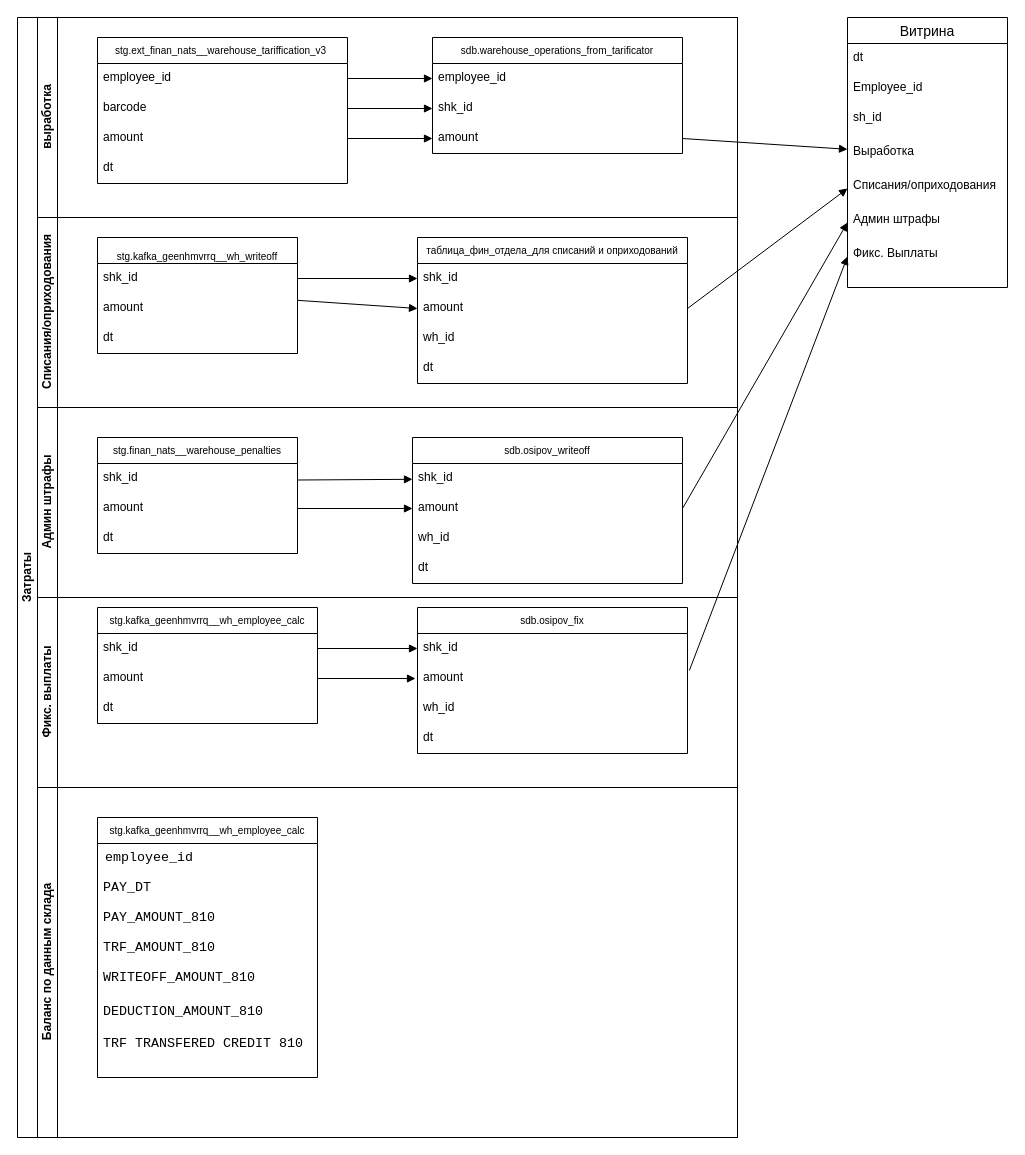
Above: Потоки данных для витрины баланса.drawio in AntonKoltsov85/Schemes (draw.io), before the change. Source tidied: cells renumbered, new cells numbered last; positions are measured from the earlier drawing's top-left corner, leaving out a move shared by most shapes. Both pictures are drawn from the tidied source at 100%, with x=0, y=0 at pixel (17, 17).
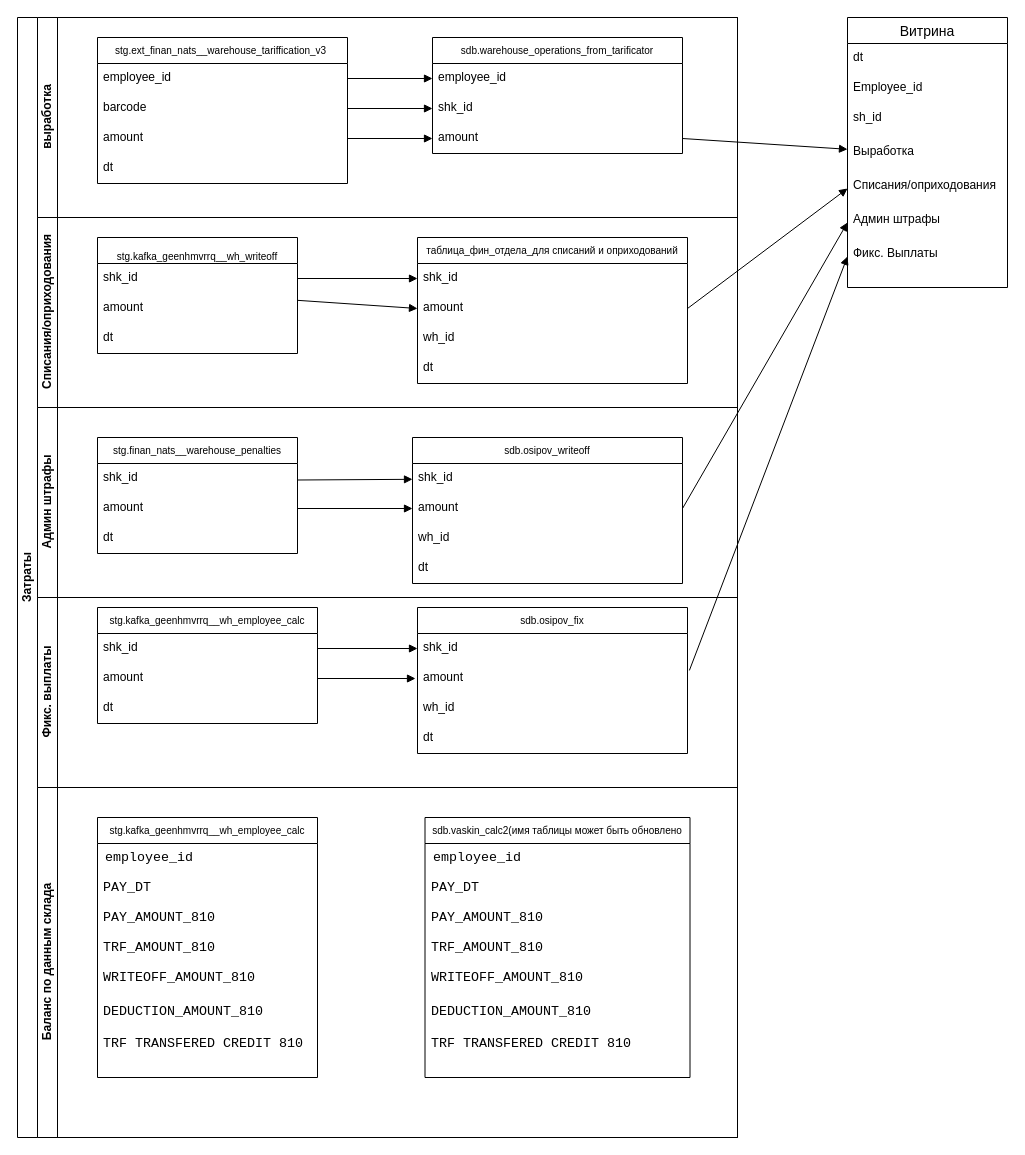
The same diagram, later.

The change refers to these unchanged cells:
```xml
<mxCell id="41" value="Баланс по данным склада" style="swimlane;html=1;startSize=20;horizontal=0;" parent="2" vertex="1">
  <mxGeometry x="20" y="770" width="700" height="350" as="geometry" />
</mxCell>
```

Change to the diagram source:
```diff
@@
+    <mxCell id="76" value="sdb.vaskin_calc2(имя таблицы может быть обновлено" style="swimlane;fontStyle=0;horizontal=1;startSize=26;align=center;fontSize=10;" parent="41" vertex="1">
+      <mxGeometry x="387.5" y="30" width="265" height="260" as="geometry" />
+    </mxCell>
+    <mxCell id="77" value="&lt;div style=&quot;background-color:#ffffff;padding:0px 0px 0px 2px;&quot;&gt;&lt;div style=&quot;font-family: Consolas; font-size: 10pt; white-space: pre;&quot;&gt;&lt;p style=&quot;margin:0;&quot;&gt;employee_id &lt;/p&gt;&lt;p style=&quot;margin:0;&quot;&gt;&lt;br&gt;&lt;/p&gt;&lt;/div&gt;&lt;/div&gt;" style="text;strokeColor=none;fillColor=none;spacingLeft=4;spacingRight=4;overflow=hidden;fontSize=12;whiteSpace=wrap;html=1;" parent="76" vertex="1">
+      <mxGeometry y="26" width="265" height="30" as="geometry" />
+    </mxCell>
+    <mxCell id="78" value="&lt;span style=&quot;font-family: Consolas; font-size: 13.3333px; white-space: pre; background-color: rgb(255, 255, 255);&quot;&gt;PAY_DT&lt;/span&gt;" style="text;strokeColor=none;fillColor=none;spacingLeft=4;spacingRight=4;overflow=hidden;fontSize=12;whiteSpace=wrap;html=1;" parent="76" vertex="1">
+      <mxGeometry y="56" width="265" height="30" as="geometry" />
+    </mxCell>
+    <mxCell id="79" value="&lt;span style=&quot;font-family: Consolas; font-size: 13.3333px; white-space: pre; background-color: rgb(255, 255, 255);&quot;&gt;PAY_AMOUNT_810&lt;/span&gt;" style="text;strokeColor=none;fillColor=none;spacingLeft=4;spacingRight=4;overflow=hidden;fontSize=12;whiteSpace=wrap;html=1;" parent="76" vertex="1">
+      <mxGeometry y="86" width="265" height="30" as="geometry" />
+    </mxCell>
+    <mxCell id="80" value="&lt;span style=&quot;font-family: Consolas; font-size: 13.3333px; white-space: pre; background-color: rgb(255, 255, 255);&quot;&gt;TRF_AMOUNT_810&lt;/span&gt;" style="text;strokeColor=none;fillColor=none;spacingLeft=4;spacingRight=4;overflow=hidden;fontSize=12;whiteSpace=wrap;html=1;" parent="76" vertex="1">
+      <mxGeometry y="116" width="265" height="30" as="geometry" />
+    </mxCell>
+    <mxCell id="81" value="&lt;span style=&quot;color: rgb(0, 0, 0); font-family: Consolas; font-size: 13.3333px; font-style: normal; font-variant-ligatures: normal; font-variant-caps: normal; font-weight: 400; letter-spacing: normal; orphans: 2; text-align: left; text-indent: 0px; text-transform: none; widows: 2; word-spacing: 0px; -webkit-text-stroke-width: 0px; white-space: pre; background-color: rgb(255, 255, 255); text-decoration-thickness: initial; text-decoration-style: initial; text-decoration-color: initial; display: inline !important; float: none;&quot;&gt;WRITEOFF_AMOUNT_810&lt;/span&gt;" style="text;strokeColor=none;fillColor=none;spacingLeft=4;spacingRight=4;overflow=hidden;fontSize=12;whiteSpace=wrap;html=1;" parent="76" vertex="1">
+      <mxGeometry y="146" width="265" height="34" as="geometry" />
+    </mxCell>
+    <mxCell id="82" value="&lt;span style=&quot;font-family: Consolas; font-size: 13.3333px; white-space: pre; background-color: rgb(255, 255, 255);&quot;&gt;DEDUCTION_AMOUNT_810&lt;/span&gt;" style="text;strokeColor=none;fillColor=none;spacingLeft=4;spacingRight=4;overflow=hidden;fontSize=12;whiteSpace=wrap;html=1;" parent="76" vertex="1">
+      <mxGeometry y="180" width="265" height="32" as="geometry" />
+    </mxCell>
+    <mxCell id="83" value="&lt;span style=&quot;font-family: Consolas; font-size: 13.3333px; white-space: pre; background-color: rgb(255, 255, 255);&quot;&gt;TRF_TRANSFERED_CREDIT_810&lt;/span&gt;" style="text;strokeColor=none;fillColor=none;spacingLeft=4;spacingRight=4;overflow=hidden;fontSize=12;whiteSpace=wrap;html=1;" parent="76" vertex="1">
+      <mxGeometry y="212" width="265" height="16" as="geometry" />
+    </mxCell>
+    <mxCell id="84" style="text;strokeColor=none;fillColor=none;spacingLeft=4;spacingRight=4;overflow=hidden;fontSize=12;whiteSpace=wrap;html=1;" parent="76" vertex="1">
+      <mxGeometry y="228" width="265" height="16" as="geometry" />
+    </mxCell>
+    <mxCell id="85" style="text;strokeColor=none;fillColor=none;spacingLeft=4;spacingRight=4;overflow=hidden;fontSize=12;whiteSpace=wrap;html=1;" parent="76" vertex="1">
+      <mxGeometry y="244" width="265" height="16" as="geometry" />
+    </mxCell>
```
